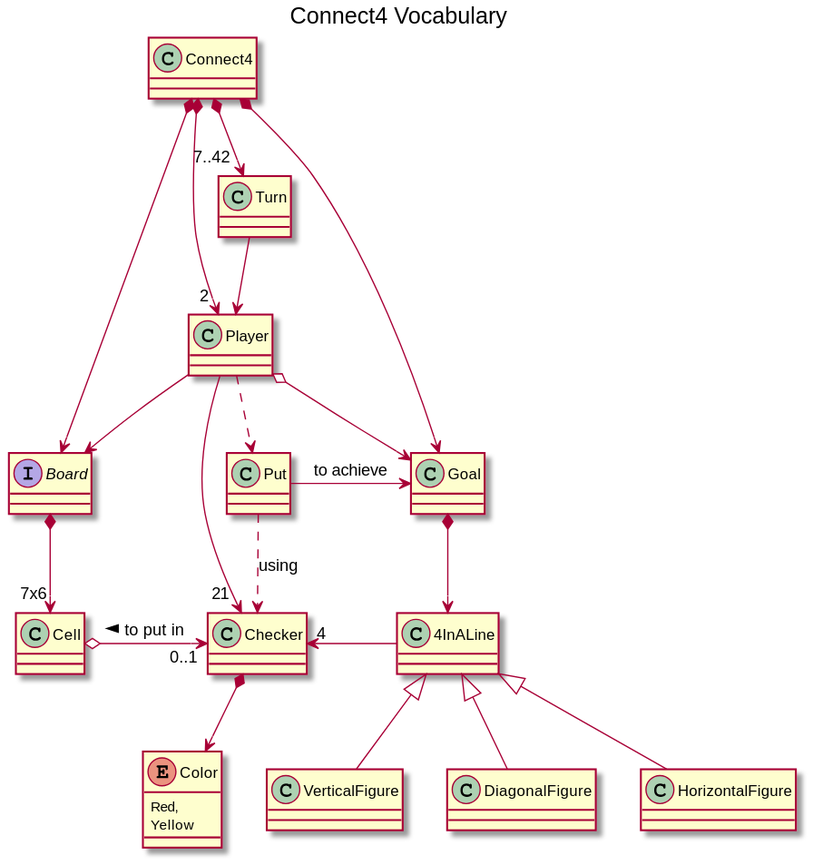
Before: software/game-connect4/docs/images/connect4--vocabulary.svg, a diagram exported from PlantUML (USantaTecla-ed-mpds/lab-boole). Its diagram source:
```plantuml
@startuml connect4--vocabulary


title Connect4 Vocabulary

class Connect4
class Turn
class Player
interface Board
class Cell
class Checker
enum Color {
    Red,
    Yellow
}
class Put
class Goal
class 4InALine
class HorizontalFigure
class VerticalFigure
class DiagonalFigure

Connect4 *--> "2 " Player
Connect4 *--> "7..42 " Turn
Connect4 *-right-> Board
Connect4 *--> Goal

Turn --> Player
Player --> "21 " Checker
Player --> Board
Player o-down-> Goal
Player ..> Put

Board *-down-> "7x6" Cell
Cell o-right-> "0..1" Checker : to put in <

Checker *-down-> Color
Put ..> Checker : using
Put -right-> Goal : to achieve

Goal *--> 4InALine

4InALine -left-> "4" Checker
4InALine <|-down- HorizontalFigure
4InALine <|-down- VerticalFigure
4InALine <|-down- DiagonalFigure



@enduml
```
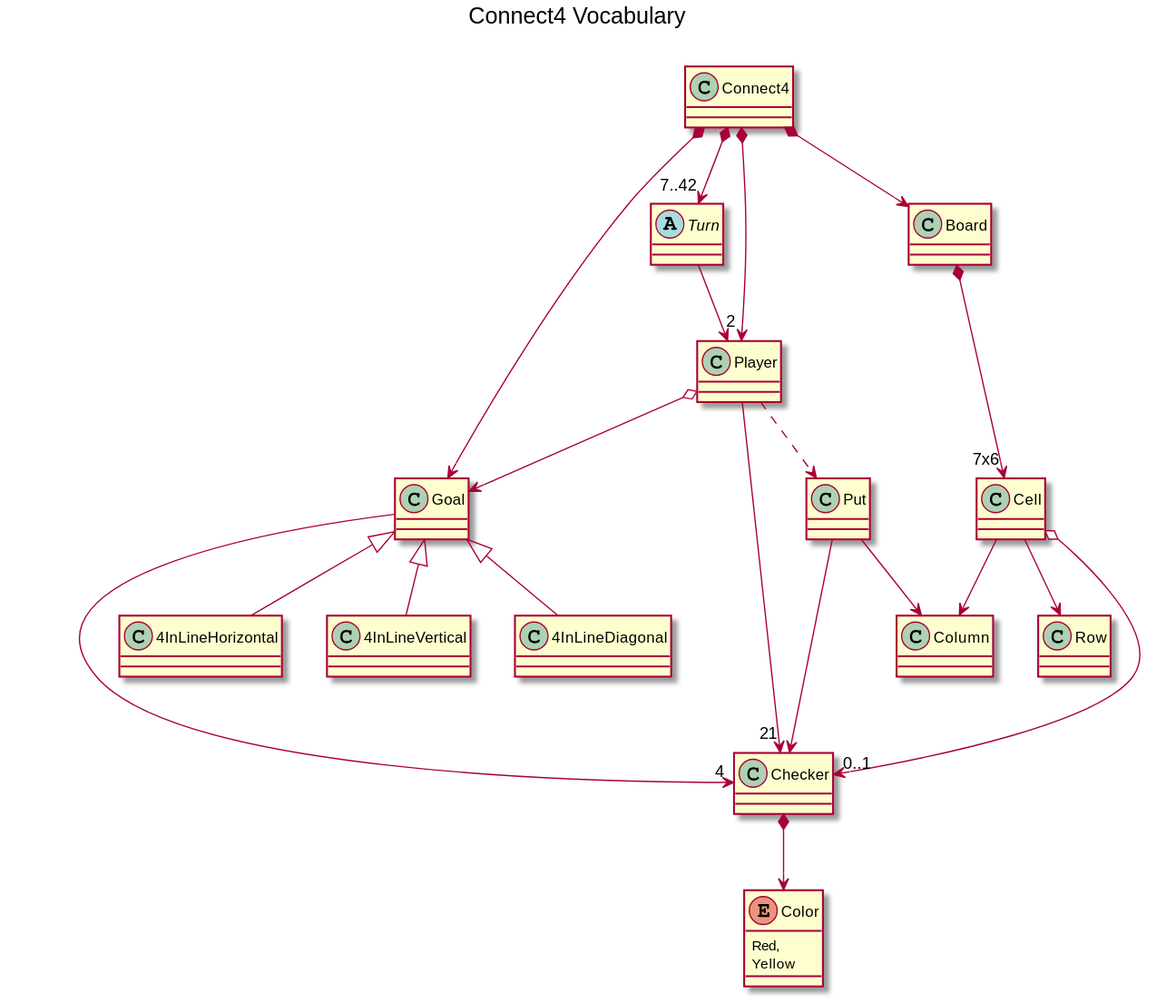
After the change.

Change to the diagram source:
```diff
@@ -1,12 +1,12 @@
 @startuml connect4--vocabulary
 
 
-title Connect4 Vocabulary
+title Connect4 Vocabulary \n
 
 class Connect4
-class Turn
+abstract Turn
 class Player
-interface Board
+class Board
 class Cell
 class Checker
 enum Color {
@@ -15,35 +15,35 @@
 }
 class Put
 class Goal
-class 4InALine
-class HorizontalFigure
-class VerticalFigure
-class DiagonalFigure
 
-Connect4 *--> "2 " Player
-Connect4 *--> "7..42 " Turn
-Connect4 *-right-> Board
+class 4InLineHorizontal
+class 4InLineVertical
+class 4InLineDiagonal
+
+Connect4 *-d-> "2 " Player
+Connect4 *--> "7..42" Turn
+Connect4 *--> Board
 Connect4 *--> Goal
 
 Turn --> Player
-Player --> "21 " Checker
-Player --> Board
-Player o-down-> Goal
+Player --> "21" Checker
+Player o--> Goal
 Player ..> Put
 
-Board *-down-> "7x6" Cell
-Cell o-right-> "0..1" Checker : to put in <
+Board *---> "7x6" Cell
+Cell o--> "0..1  " Checker
 
-Checker *-down-> Color
-Put ..> Checker : using
-Put -right-> Goal : to achieve
+Cell --> Column
+Cell --> Row
 
-Goal *--> 4InALine
+Checker *-d-> Color
+Put --> Checker
+Put --> Column
 
-4InALine -left-> "4" Checker
-4InALine <|-down- HorizontalFigure
-4InALine <|-down- VerticalFigure
-4InALine <|-down- DiagonalFigure
+Goal ---> "4" Checker
+Goal <|-down- 4InLineHorizontal
+Goal <|-down- 4InLineVertical
+Goal <|-down- 4InLineDiagonal
 
 
 
```
